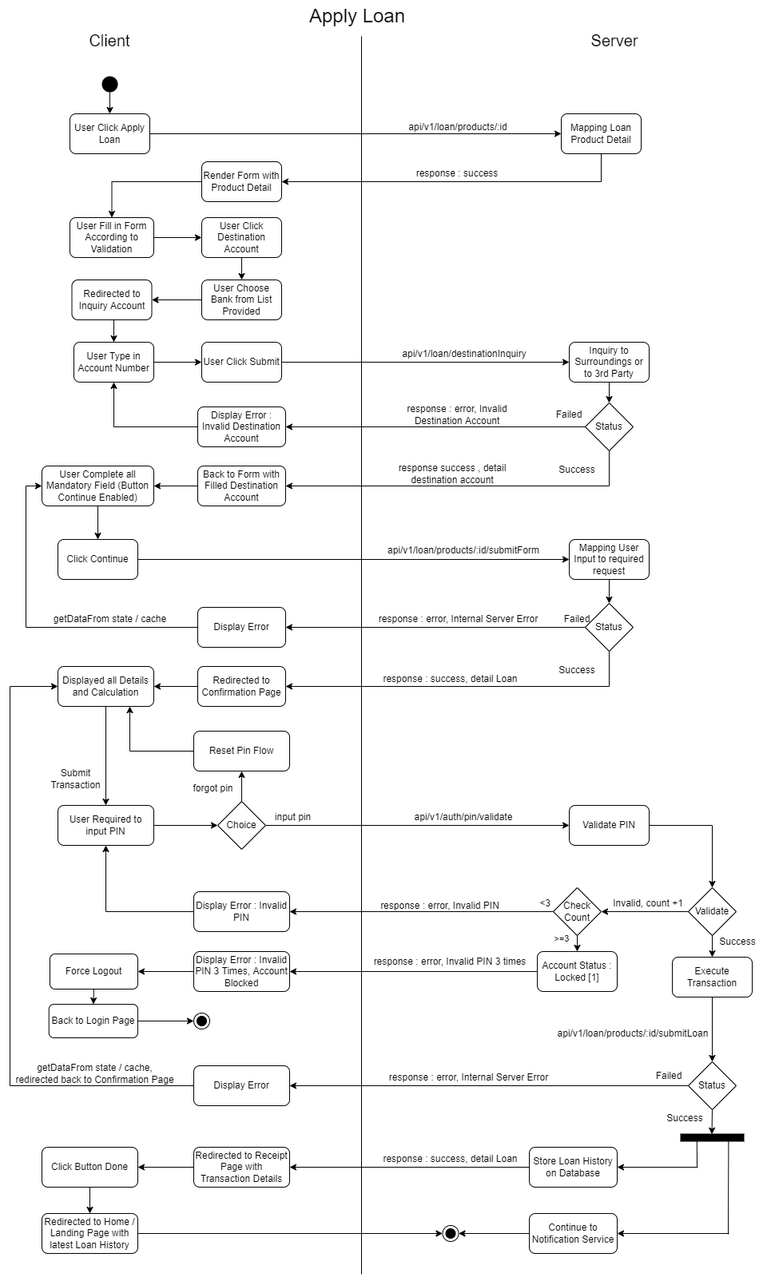
Above: API - UML (Activity Diagram)/Activity Diagram - Apply Loan.png in emji-MG/ApplicationDesign (draw.io), before the change. Source tidied: cells renumbered, new cells last; positions are measured from the earlier drawing's top-left corner, leaving out a move shared by most shapes.
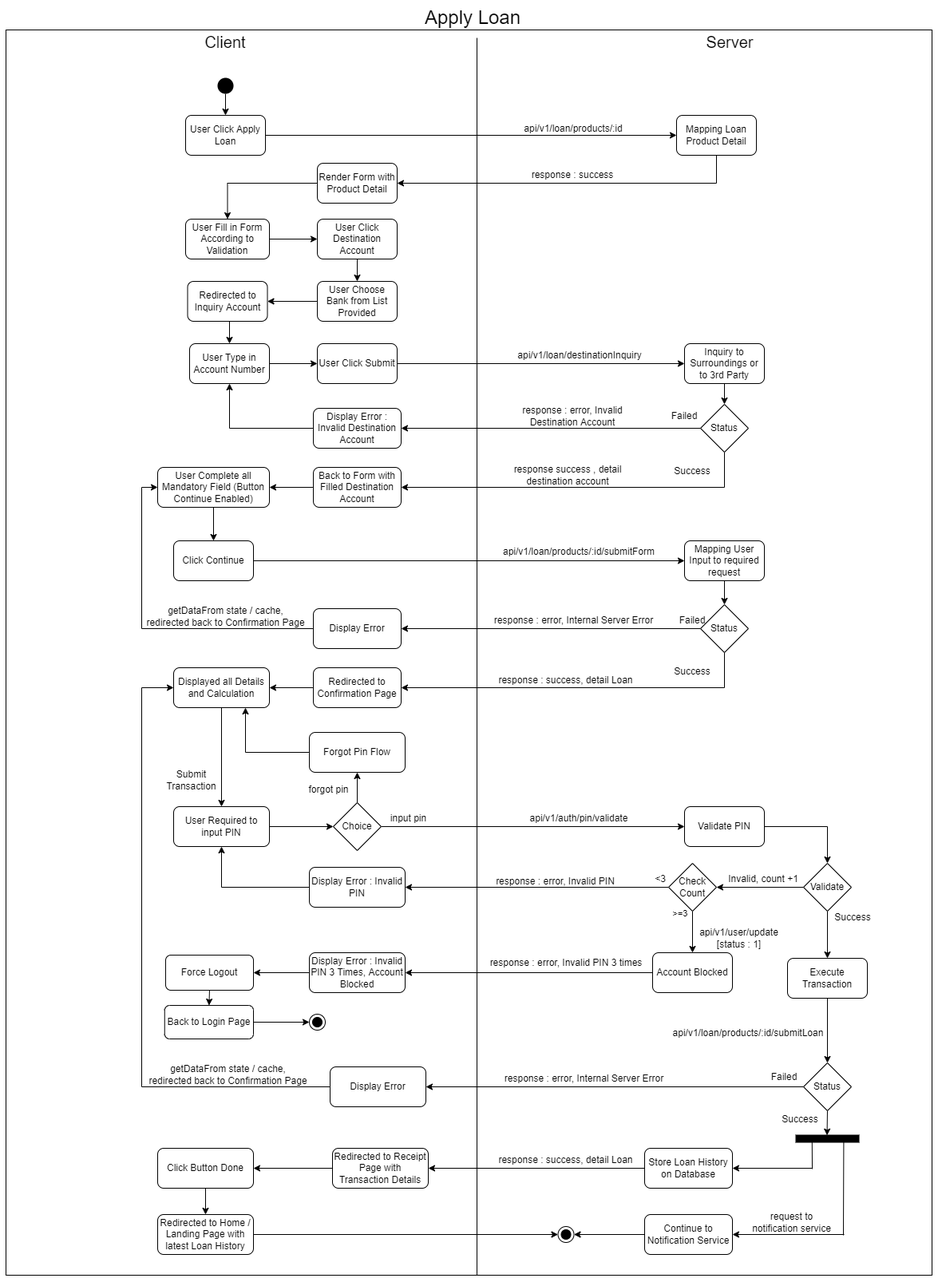
Above is the later version.

The edit, as a diff of the source:
```diff
@@ -2,6 +2,9 @@
   <root>
     <mxCell id="0" />
     <mxCell id="1" parent="0" />
+    <mxCell id="128" style="rounded=0;whiteSpace=wrap;html=1;" parent="1" vertex="1">
+      <mxGeometry x="-150" y="30" width="1160" height="1560" as="geometry" />
+    </mxCell>
     <mxCell id="2" value="Apply Loan" style="text;html=1;strokeColor=none;fillColor=none;align=center;verticalAlign=middle;whiteSpace=wrap;rounded=0;fontSize=24;" parent="1" vertex="1">
       <mxGeometry x="370" width="130" height="30" as="geometry" />
     </mxCell>
@@ -173,9 +176,6 @@
     <mxCell id="57" value="Success" style="text;html=1;strokeColor=none;fillColor=none;align=center;verticalAlign=middle;whiteSpace=wrap;rounded=0;fontSize=12;" parent="1" vertex="1">
       <mxGeometry x="680" y="829" width="60" height="10" as="geometry" />
     </mxCell>
-    <mxCell id="58" value="getDataFrom state / cache" style="text;html=1;strokeColor=none;fillColor=none;align=center;verticalAlign=middle;whiteSpace=wrap;rounded=0;fontSize=12;" parent="1" vertex="1">
-      <mxGeometry x="48.8" y="755" width="152.5" height="30" as="geometry" />
-    </mxCell>
     <mxCell id="59" style="edgeStyle=orthogonalEdgeStyle;rounded=0;jettySize=auto;html=1;exitX=0.5;exitY=1;exitDx=0;exitDy=0;entryX=0.5;entryY=0;entryDx=0;entryDy=0;fontSize=12;" parent="1" edge="1" source="60" target="62">
       <mxGeometry relative="1" as="geometry" />
     </mxCell>
@@ -215,19 +215,17 @@
     <mxCell id="71" style="edgeStyle=orthogonalEdgeStyle;rounded=0;jettySize=auto;html=1;exitX=0;exitY=0.5;exitDx=0;exitDy=0;entryX=1;entryY=0.5;entryDx=0;entryDy=0;fontSize=12;" parent="1" edge="1" source="73" target="79">
       <mxGeometry relative="1" as="geometry" />
     </mxCell>
-    <mxCell id="72" style="edgeStyle=orthogonalEdgeStyle;rounded=0;jettySize=auto;html=1;exitX=0.5;exitY=1;exitDx=0;exitDy=0;entryX=0.5;entryY=0;entryDx=0;entryDy=0;fontSize=12;" parent="1" edge="1" target="95">
-      <mxGeometry relative="1" as="geometry">
-        <mxPoint x="879" y="1163" as="sourcePoint" />
-      </mxGeometry>
-    </mxCell>
+    <mxCell id="129" style="edgeStyle=orthogonalEdgeStyle;rounded=0;jettySize=auto;html=1;exitX=0.5;exitY=1;exitDx=0;exitDy=0;entryX=0.5;entryY=0;entryDx=0;entryDy=0;" parent="1" edge="1" source="73" target="95">
+      <mxGeometry relative="1" as="geometry" />
+    </mxCell>
     <mxCell id="73" value="Validate" style="rhombus;whiteSpace=wrap;html=1;fontSize=12;" parent="1" vertex="1">
-      <mxGeometry x="849" y="1106" width="60" height="60" as="geometry" />
+      <mxGeometry x="849" y="1074" width="60" height="60" as="geometry" />
     </mxCell>
     <mxCell id="74" value="Invalid, count +1" style="text;html=1;strokeColor=none;fillColor=none;align=center;verticalAlign=middle;whiteSpace=wrap;rounded=0;fontSize=12;" parent="1" vertex="1">
-      <mxGeometry x="754" y="1117" width="90" height="18" as="geometry" />
+      <mxGeometry x="754" y="1085" width="90" height="18" as="geometry" />
     </mxCell>
     <mxCell id="75" value="Success" style="text;html=1;strokeColor=none;fillColor=none;align=center;verticalAlign=middle;whiteSpace=wrap;rounded=0;fontSize=12;" parent="1" vertex="1">
-      <mxGeometry x="881" y="1164" width="60" height="20" as="geometry" />
+      <mxGeometry x="881" y="1132" width="60" height="20" as="geometry" />
     </mxCell>
     <mxCell id="76" value="input pin" style="text;html=1;strokeColor=none;fillColor=none;align=center;verticalAlign=middle;whiteSpace=wrap;rounded=0;fontSize=12;" parent="1" vertex="1">
       <mxGeometry x="320" y="1008" width="69" height="20" as="geometry" />
@@ -235,37 +233,35 @@
     <mxCell id="77" style="edgeStyle=orthogonalEdgeStyle;rounded=0;jettySize=auto;html=1;exitX=0;exitY=0.5;exitDx=0;exitDy=0;entryX=1;entryY=0.5;entryDx=0;entryDy=0;fontSize=12;" parent="1" edge="1" source="79" target="87">
       <mxGeometry relative="1" as="geometry" />
     </mxCell>
-    <mxCell id="78" style="edgeStyle=orthogonalEdgeStyle;rounded=0;jettySize=auto;html=1;exitX=0.5;exitY=1;exitDx=0;exitDy=0;entryX=0.5;entryY=0;entryDx=0;entryDy=0;fontSize=12;" parent="1" edge="1" target="91">
-      <mxGeometry relative="1" as="geometry">
-        <mxPoint x="710" y="1163" as="sourcePoint" />
-      </mxGeometry>
-    </mxCell>
+    <mxCell id="130" style="edgeStyle=orthogonalEdgeStyle;rounded=0;jettySize=auto;html=1;exitX=0.5;exitY=1;exitDx=0;exitDy=0;entryX=0.5;entryY=0;entryDx=0;entryDy=0;" parent="1" edge="1" source="79" target="91">
+      <mxGeometry relative="1" as="geometry" />
+    </mxCell>
     <mxCell id="79" value="Check Count" style="rhombus;whiteSpace=wrap;html=1;fontSize=12;" parent="1" vertex="1">
-      <mxGeometry x="680" y="1106" width="60" height="60" as="geometry" />
+      <mxGeometry x="680" y="1074" width="60" height="60" as="geometry" />
     </mxCell>
     <mxCell id="80" value="response : error, Invalid PIN" style="text;html=1;strokeColor=none;fillColor=none;align=center;verticalAlign=middle;whiteSpace=wrap;rounded=0;fontSize=12;" parent="1" vertex="1">
-      <mxGeometry x="455.5" y="1123" width="165" height="11" as="geometry" />
+      <mxGeometry x="455.5" y="1091" width="165" height="11" as="geometry" />
     </mxCell>
     <mxCell id="81" value="&amp;lt;3" style="text;html=1;strokeColor=none;fillColor=none;align=center;verticalAlign=middle;whiteSpace=wrap;rounded=0;fontSize=12;" parent="1" vertex="1">
-      <mxGeometry x="640" y="1111" width="60" height="30" as="geometry" />
+      <mxGeometry x="640" y="1079" width="60" height="30" as="geometry" />
     </mxCell>
     <mxCell id="82" value="response : error, Invalid PIN 3 times" style="text;html=1;strokeColor=none;fillColor=none;align=center;verticalAlign=middle;whiteSpace=wrap;rounded=0;fontSize=12;" parent="1" vertex="1">
       <mxGeometry x="451.5" y="1193" width="200" height="11" as="geometry" />
     </mxCell>
     <mxCell id="83" value="&amp;gt;=3" style="text;html=1;strokeColor=none;fillColor=none;align=center;verticalAlign=middle;whiteSpace=wrap;rounded=0;fontSize=11;" parent="1" vertex="1">
-      <mxGeometry x="661" y="1155" width="60" height="30" as="geometry" />
+      <mxGeometry x="665" y="1122" width="60" height="30" as="geometry" />
     </mxCell>
     <mxCell id="84" style="edgeStyle=orthogonalEdgeStyle;rounded=0;jettySize=auto;html=1;exitX=0;exitY=0.5;exitDx=0;exitDy=0;entryX=0.75;entryY=1;entryDx=0;entryDy=0;fontSize=12;" parent="1" edge="1" source="85" target="60">
       <mxGeometry relative="1" as="geometry" />
     </mxCell>
-    <mxCell id="85" value="Reset Pin Flow" style="rounded=1;whiteSpace=wrap;html=1;fontSize=12;" parent="1" vertex="1">
+    <mxCell id="85" value="Forgot Pin Flow" style="rounded=1;whiteSpace=wrap;html=1;fontSize=12;" parent="1" vertex="1">
       <mxGeometry x="230" y="910" width="120" height="50" as="geometry" />
     </mxCell>
     <mxCell id="86" style="edgeStyle=orthogonalEdgeStyle;rounded=0;jettySize=auto;html=1;exitX=0;exitY=0.5;exitDx=0;exitDy=0;entryX=0.5;entryY=1;entryDx=0;entryDy=0;fontSize=12;" parent="1" edge="1" source="87" target="62">
       <mxGeometry relative="1" as="geometry" />
     </mxCell>
     <mxCell id="87" value="Display Error : Invalid PIN" style="rounded=1;whiteSpace=wrap;html=1;fontSize=12;" parent="1" vertex="1">
-      <mxGeometry x="230" y="1111" width="120" height="50" as="geometry" />
+      <mxGeometry x="230" y="1079" width="120" height="50" as="geometry" />
     </mxCell>
     <mxCell id="88" style="edgeStyle=orthogonalEdgeStyle;rounded=0;jettySize=auto;html=1;exitX=0;exitY=0.5;exitDx=0;exitDy=0;entryX=1;entryY=0.5;entryDx=0;entryDy=0;fontSize=12;" parent="1" edge="1" source="89" target="93">
       <mxGeometry relative="1" as="geometry" />
@@ -276,7 +272,7 @@
     <mxCell id="90" style="edgeStyle=orthogonalEdgeStyle;rounded=0;jettySize=auto;html=1;exitX=0;exitY=0.5;exitDx=0;exitDy=0;entryX=1;entryY=0.5;entryDx=0;entryDy=0;fontSize=12;" parent="1" edge="1" source="91" target="89">
       <mxGeometry relative="1" as="geometry" />
     </mxCell>
-    <mxCell id="91" value="Account Status : Locked [1]" style="rounded=1;whiteSpace=wrap;html=1;fontSize=12;" parent="1" vertex="1">
+    <mxCell id="91" value="Account Blocked" style="rounded=1;whiteSpace=wrap;html=1;fontSize=12;" parent="1" vertex="1">
       <mxGeometry x="660" y="1186" width="100" height="50" as="geometry" />
     </mxCell>
     <mxCell id="92" style="edgeStyle=orthogonalEdgeStyle;rounded=0;jettySize=auto;html=1;exitX=0.5;exitY=1;exitDx=0;exitDy=0;entryX=0.5;entryY=0;entryDx=0;entryDy=0;fontSize=12;" parent="1" edge="1" source="93" target="112">
@@ -301,7 +297,7 @@
       <mxGeometry x="849" y="1324" width="60" height="60" as="geometry" />
     </mxCell>
     <mxCell id="99" value="api/v1/loan/products/:id/submitLoan" style="text;html=1;strokeColor=none;fillColor=none;align=center;verticalAlign=middle;whiteSpace=wrap;rounded=0;fontSize=12;" parent="1" vertex="1">
-      <mxGeometry x="680" y="1283" width="200" height="11" as="geometry" />
+      <mxGeometry x="680" y="1281" width="200" height="11" as="geometry" />
     </mxCell>
     <mxCell id="100" style="edgeStyle=orthogonalEdgeStyle;rounded=0;jettySize=auto;html=1;exitX=0;exitY=0.5;exitDx=0;exitDy=0;entryX=1;entryY=0.5;entryDx=0;entryDy=0;fontSize=12;" parent="1" edge="1" source="101" target="108">
       <mxGeometry relative="1" as="geometry" />
@@ -309,16 +305,16 @@
     <mxCell id="101" value="Store Loan History on Database" style="rounded=1;whiteSpace=wrap;html=1;fontSize=12;" parent="1" vertex="1">
       <mxGeometry x="650" y="1431" width="110" height="50" as="geometry" />
     </mxCell>
-    <mxCell id="102" style="edgeStyle=orthogonalEdgeStyle;rounded=0;jettySize=auto;html=1;exitX=0;exitY=0.5;exitDx=0;exitDy=0;entryX=0;entryY=0.5;entryDx=0;entryDy=0;fontSize=12;" parent="1" edge="1" source="103" target="60">
+    <mxCell id="102" style="edgeStyle=orthogonalEdgeStyle;rounded=0;jettySize=auto;html=1;exitX=0;exitY=0.5;exitDx=0;exitDy=0;entryX=0;entryY=0.5;entryDx=0;entryDy=0;" parent="1" edge="1" source="103" target="60">
       <mxGeometry relative="1" as="geometry">
         <Array as="points">
-          <mxPoint y="1354" />
-          <mxPoint y="854" />
+          <mxPoint x="20" y="1354" />
+          <mxPoint x="20" y="854" />
         </Array>
       </mxGeometry>
     </mxCell>
     <mxCell id="103" value="Display Error" style="rounded=1;whiteSpace=wrap;html=1;fontSize=12;" parent="1" vertex="1">
-      <mxGeometry x="230" y="1329" width="120" height="50" as="geometry" />
+      <mxGeometry x="256" y="1329" width="120" height="50" as="geometry" />
     </mxCell>
     <mxCell id="104" value="Failed" style="text;html=1;strokeColor=none;fillColor=none;align=center;verticalAlign=middle;whiteSpace=wrap;rounded=0;fontSize=12;" parent="1" vertex="1">
       <mxGeometry x="780" y="1331" width="90" height="22" as="geometry" />
@@ -333,10 +329,10 @@
       <mxGeometry relative="1" as="geometry" />
     </mxCell>
     <mxCell id="108" value="Redirected to Receipt Page with Transaction Details" style="rounded=1;whiteSpace=wrap;html=1;fontSize=12;" parent="1" vertex="1">
-      <mxGeometry x="230" y="1431" width="120" height="50" as="geometry" />
+      <mxGeometry x="259" y="1431" width="120" height="50" as="geometry" />
     </mxCell>
     <mxCell id="109" value="getDataFrom state / cache, redirected back to Confirmation Page" style="text;html=1;strokeColor=none;fillColor=none;align=center;verticalAlign=middle;whiteSpace=wrap;rounded=0;fontSize=12;" parent="1" vertex="1">
-      <mxGeometry x="4.5" y="1324" width="202.5" height="30" as="geometry" />
+      <mxGeometry x="26.5" y="1324" width="202.5" height="30" as="geometry" />
     </mxCell>
     <mxCell id="110" style="ellipse;html=1;shape=endState;fillColor=strokeColor;fontSize=12;" parent="1" vertex="1">
       <mxGeometry x="230" y="1263" width="20" height="20" as="geometry" />
@@ -401,5 +397,14 @@
     <mxCell id="127" value="response success , detail destination account" style="text;html=1;strokeColor=none;fillColor=none;align=center;verticalAlign=middle;whiteSpace=wrap;rounded=0;fontSize=12;" parent="1" vertex="1">
       <mxGeometry x="484" y="578" width="140" height="20" as="geometry" />
     </mxCell>
+    <mxCell id="131" value="request to notification service" style="text;html=1;strokeColor=none;fillColor=none;align=center;verticalAlign=middle;whiteSpace=wrap;rounded=0;fontSize=12;" parent="1" vertex="1">
+      <mxGeometry x="780" y="1518" width="109" height="11" as="geometry" />
+    </mxCell>
+    <mxCell id="132" value="getDataFrom state / cache, redirected back to Confirmation Page" style="text;html=1;strokeColor=none;fillColor=none;align=center;verticalAlign=middle;whiteSpace=wrap;rounded=0;fontSize=12;" parent="1" vertex="1">
+      <mxGeometry x="23.8" y="750" width="202.5" height="30" as="geometry" />
+    </mxCell>
+    <mxCell id="133" value="api/v1/user/update [status : 1]" style="text;html=1;strokeColor=none;fillColor=none;align=center;verticalAlign=middle;whiteSpace=wrap;rounded=0;fontSize=12;" parent="1" vertex="1">
+      <mxGeometry x="700" y="1159" width="137" height="18" as="geometry" />
+    </mxCell>
   </root>
 </mxGraphModel>
```
